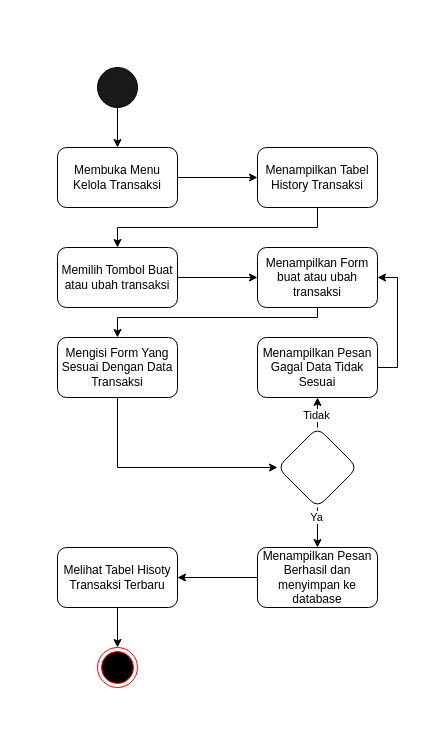
The draw.io diagram page "History Transaksi" (7 of 13) of Doc/UseCase/Feby-1.drawio in gustitriprayoga/sistem-umkm-feby, before the edit. Source tidied: cells renumbered, new cells numbered last; positions are measured from the earlier drawing's top-left corner, leaving out a move shared by most shapes. Both pictures are drawn from the tidied source at 100%, with x=0, y=0 at pixel (57, 67).
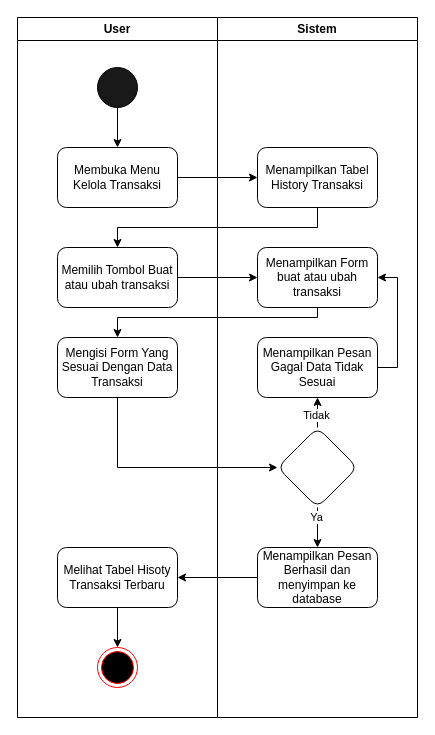
Above is the later version.

The edit, as a diff of the source:
```diff
@@
+    <mxCell id="26" value="User" style="swimlane;whiteSpace=wrap;html=1;" parent="1" vertex="1">
+      <mxGeometry x="-40" y="-50" width="200" height="700" as="geometry" />
+    </mxCell>
+    <mxCell id="27" value="Sistem" style="swimlane;whiteSpace=wrap;html=1;" parent="1" vertex="1">
+      <mxGeometry x="160" y="-50" width="200" height="700" as="geometry" />
+    </mxCell>
```
